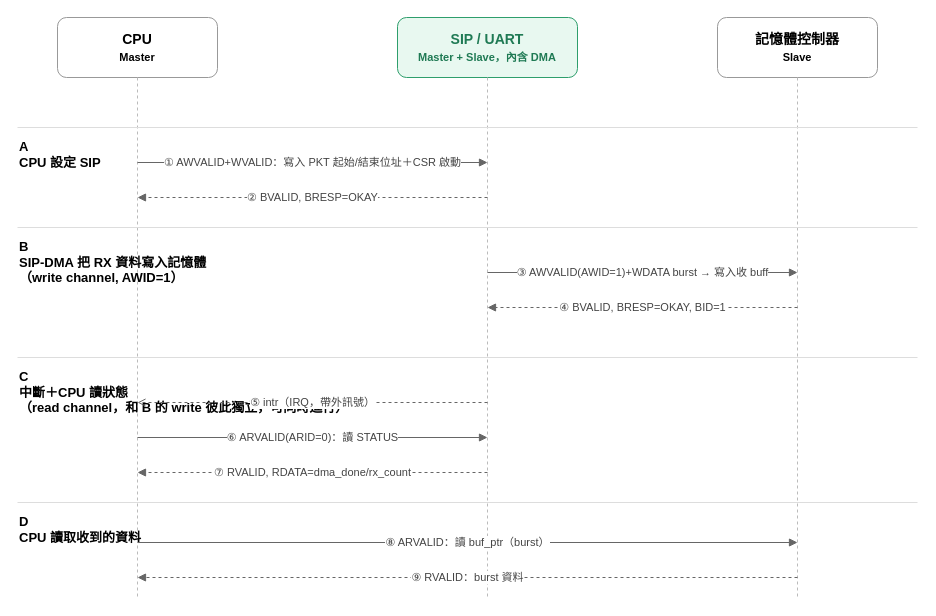
Earlier version of the draw.io diagram Upload/axi_msc.drawio (shj-F115112128/SOC_Practice). Source tidied: cells renumbered, new cells numbered last; positions are measured from the earlier drawing's top-left corner, leaving out a move shared by most shapes. Both pictures are drawn from the tidied source at 100%, with x=0, y=0 at pixel (17, 17).
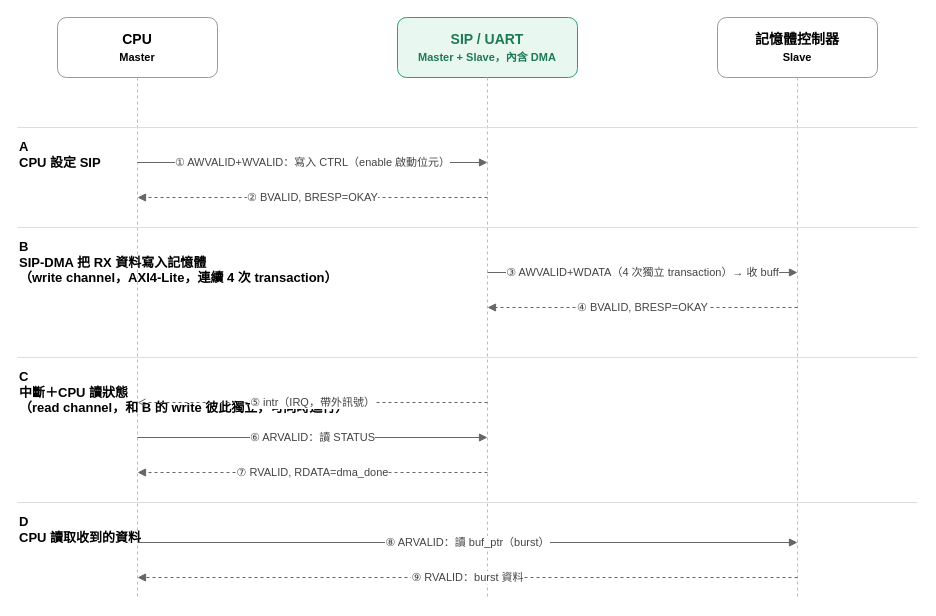
The same page after the edit.

Diff of the diagram source:
```diff
@@
-    <mxCell id="10" value="① AWVALID+WVALID：寫入 PKT 起始/結束位址＋CSR 啟動" style="html=1;endArrow=block;strokeColor=#666666;fontSize=11;fontColor=#444444;labelBackgroundColor=#ffffff;" parent="1" edge="1">
+    <mxCell id="10" value="① AWVALID+WVALID：寫入 CTRL（enable 啟動位元）" style="html=1;endArrow=block;strokeColor=#666666;fontSize=11;fontColor=#444444;labelBackgroundColor=#ffffff;" parent="1" edge="1">
       <mxGeometry relative="1" as="geometry">
         <mxPoint x="120" y="145" as="sourcePoint" />
         <mxPoint x="470" y="145" as="targetPoint" />
       </mxGeometry>
     </mxCell>
@@
-    <mxCell id="13" value="B&#10;SIP-DMA 把 RX 資料寫入記憶體&#10;（write channel, AWID=1）" style="text;html=1;fontStyle=1;fontSize=13;align=left;" parent="1" vertex="1">
+    <mxCell id="13" value="B&#10;SIP-DMA 把 RX 資料寫入記憶體&#10;（write channel，AXI4-Lite，連續 4 次 transaction）" style="text;html=1;fontStyle=1;fontSize=13;align=left;" parent="1" vertex="1">
       <mxGeometry y="215" width="280" height="55" as="geometry" />
     </mxCell>
-    <mxCell id="14" value="③ AWVALID(AWID=1)+WDATA burst → 寫入收 buff" style="html=1;endArrow=block;strokeColor=#666666;fontSize=11;fontColor=#444444;labelBackgroundColor=#ffffff;" parent="1" edge="1">
+    <mxCell id="14" value="③ AWVALID+WDATA（4 次獨立 transaction）→ 收 buff" style="html=1;endArrow=block;strokeColor=#666666;fontSize=11;fontColor=#444444;labelBackgroundColor=#ffffff;" parent="1" edge="1">
       <mxGeometry relative="1" as="geometry">
         <mxPoint x="470" y="255" as="sourcePoint" />
         <mxPoint x="780" y="255" as="targetPoint" />
       </mxGeometry>
     </mxCell>
-    <mxCell id="15" value="④ BVALID, BRESP=OKAY, BID=1" style="html=1;endArrow=block;dashed=1;strokeColor=#666666;fontSize=11;fontColor=#444444;labelBackgroundColor=#ffffff;" parent="1" edge="1">
+    <mxCell id="15" value="④ BVALID, BRESP=OKAY" style="html=1;endArrow=block;dashed=1;strokeColor=#666666;fontSize=11;fontColor=#444444;labelBackgroundColor=#ffffff;" parent="1" edge="1">
       <mxGeometry relative="1" as="geometry">
         <mxPoint x="780" y="290" as="sourcePoint" />
         <mxPoint x="470" y="290" as="targetPoint" />
       </mxGeometry>
     </mxCell>
@@
-    <mxCell id="19" value="⑥ ARVALID(ARID=0)：讀 STATUS" style="html=1;endArrow=block;strokeColor=#666666;fontSize=11;fontColor=#444444;labelBackgroundColor=#ffffff;" parent="1" edge="1">
+    <mxCell id="19" value="⑥ ARVALID：讀 STATUS" style="html=1;endArrow=block;strokeColor=#666666;fontSize=11;fontColor=#444444;labelBackgroundColor=#ffffff;" parent="1" edge="1">
       <mxGeometry relative="1" as="geometry">
         <mxPoint x="120" y="420" as="sourcePoint" />
         <mxPoint x="470" y="420" as="targetPoint" />
       </mxGeometry>
     </mxCell>
-    <mxCell id="20" value="⑦ RVALID, RDATA=dma_done/rx_count" style="html=1;endArrow=block;dashed=1;strokeColor=#666666;fontSize=11;fontColor=#444444;labelBackgroundColor=#ffffff;" parent="1" edge="1">
+    <mxCell id="20" value="⑦ RVALID, RDATA=dma_done" style="html=1;endArrow=block;dashed=1;strokeColor=#666666;fontSize=11;fontColor=#444444;labelBackgroundColor=#ffffff;" parent="1" edge="1">
       <mxGeometry relative="1" as="geometry">
         <mxPoint x="470" y="455" as="sourcePoint" />
         <mxPoint x="120" y="455" as="targetPoint" />
       </mxGeometry>
     </mxCell>
```
